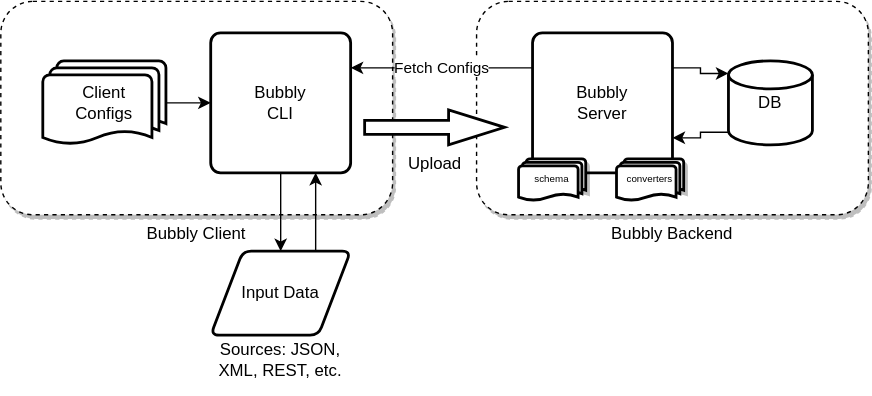
valocode/bubbly keeps this draw.io diagram as docs/images/high-level-arch.drawio.svg. Above is the earlier version. Source tidied: cells renumbered, new cells last; positions are measured from the earlier drawing's top-left corner, leaving out a move shared by most shapes.
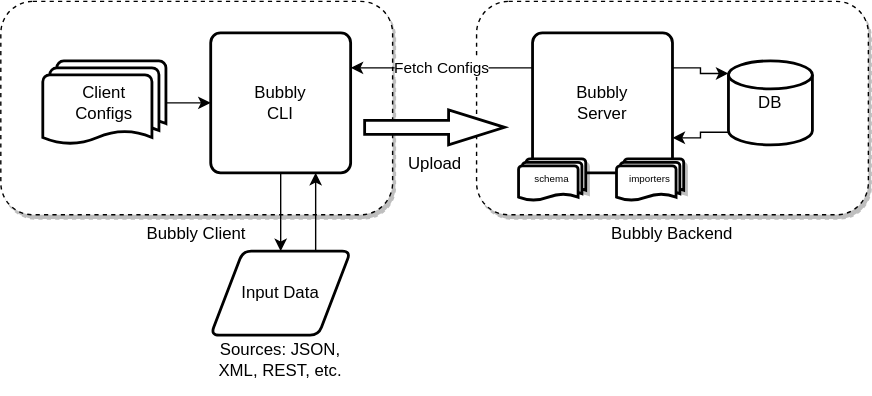
After the commit.

Diff of the diagram source:
```diff
@@ -53,7 +53,7 @@
     <mxCell id="18" value="&lt;font style=&quot;font-size: 7px;&quot;&gt;schema&lt;/font&gt;" style="strokeWidth=2;html=1;shape=mxgraph.flowchart.multi-document;whiteSpace=wrap;shadow=1;fontSize=7;" parent="1" vertex="1">
       <mxGeometry x="370" y="112" width="48" height="30" as="geometry" />
     </mxCell>
-    <mxCell id="19" value="&lt;font style=&quot;font-size: 7px;&quot;&gt;converters&lt;/font&gt;" style="strokeWidth=2;html=1;shape=mxgraph.flowchart.multi-document;whiteSpace=wrap;shadow=1;fontSize=7;" parent="1" vertex="1">
+    <mxCell id="19" value="&lt;font style=&quot;font-size: 7px&quot;&gt;importers&lt;/font&gt;" style="strokeWidth=2;html=1;shape=mxgraph.flowchart.multi-document;whiteSpace=wrap;shadow=1;fontSize=7;" parent="1" vertex="1">
       <mxGeometry x="440" y="112" width="48" height="30" as="geometry" />
     </mxCell>
   </root>
```
